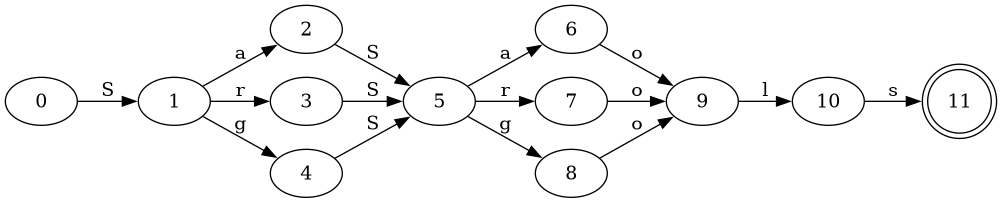
Above: DFA.png in Daniel-Sima/Clone-of-the-egrep-UNIX-command (Graphviz), before the change. Its source is kept beside it as DFA.dot.
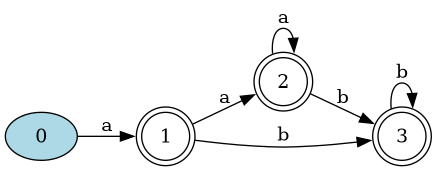
After the change.

What changed in the source:
```diff
@@ -1,21 +1,15 @@
 digraph {
 	rankdir=LR;
 
-	11 [shape=doublecircle]
+	1 [shape=doublecircle]
+	2 [shape=doublecircle]
+	3 [shape=doublecircle]
+	0[style=filled, fillcolor="lightblue"]
 
-	0->1 [label= "S"];
+	0->1 [label= "a"];
 	1->2 [label= "a"];
-	1->3 [label= "r"];
-	1->4 [label= "g"];
-	2->5 [label= "S"];
-	3->5 [label= "S"];
-	4->5 [label= "S"];
-	5->6 [label= "a"];
-	5->7 [label= "r"];
-	5->8 [label= "g"];
-	6->9 [label= "o"];
-	7->9 [label= "o"];
-	8->9 [label= "o"];
-	9->10 [label= "l"];
-	10->11 [label= "s"];
+	1->3 [label= "b"];
+	2->2 [label= "a"];
+	2->3 [label= "b"];
+	3->3 [label= "b"];
 }
```
